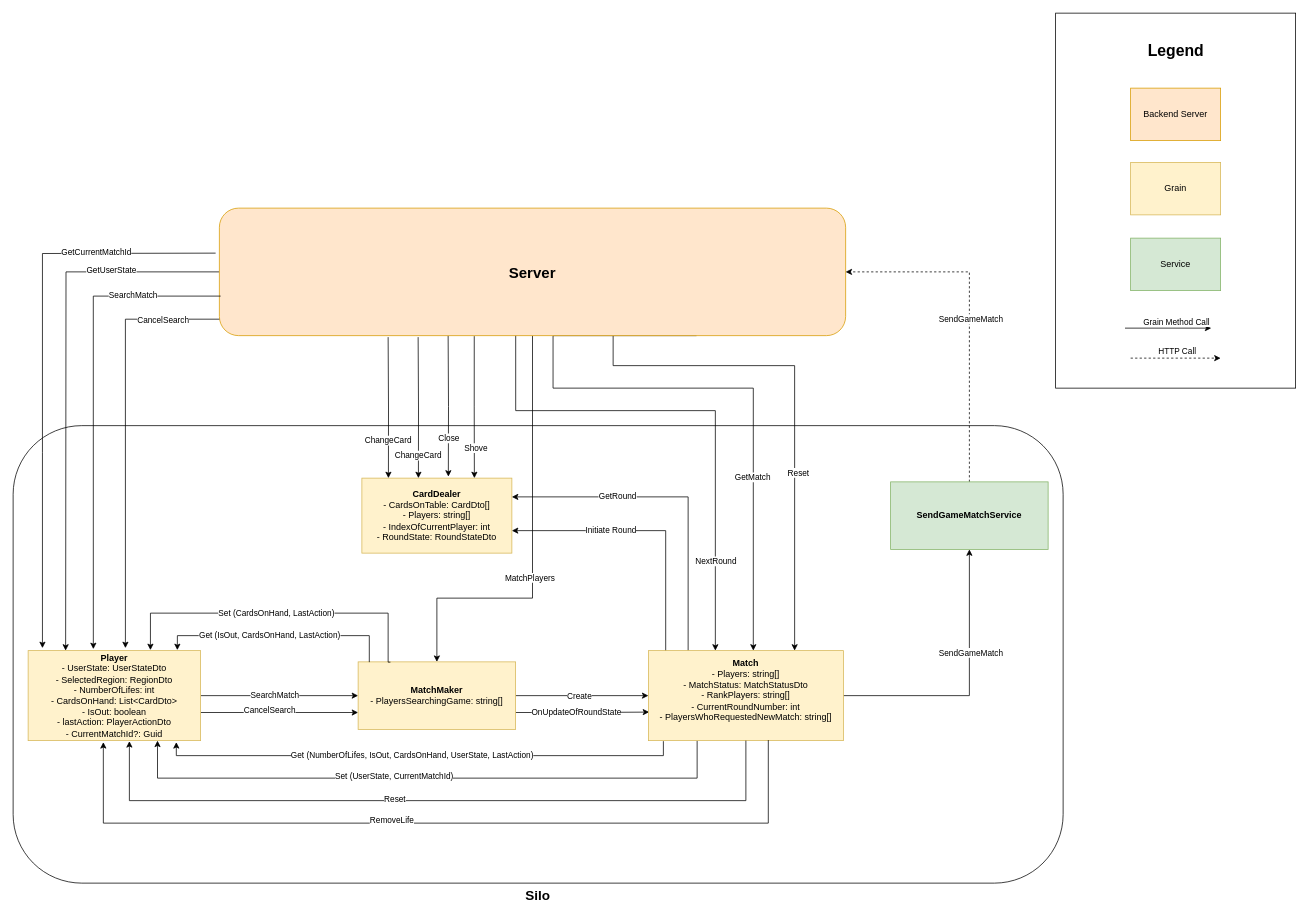
Earlier version of the draw.io diagram images/actor-architecture.drawio (fredicinho/schnauz). Source tidied: cells renumbered, new cells numbered last; positions are measured from the earlier drawing's top-left corner, leaving out a move shared by most shapes. Both pictures are drawn from the tidied source at 75%, with x=0, y=0 at pixel (13, 13).
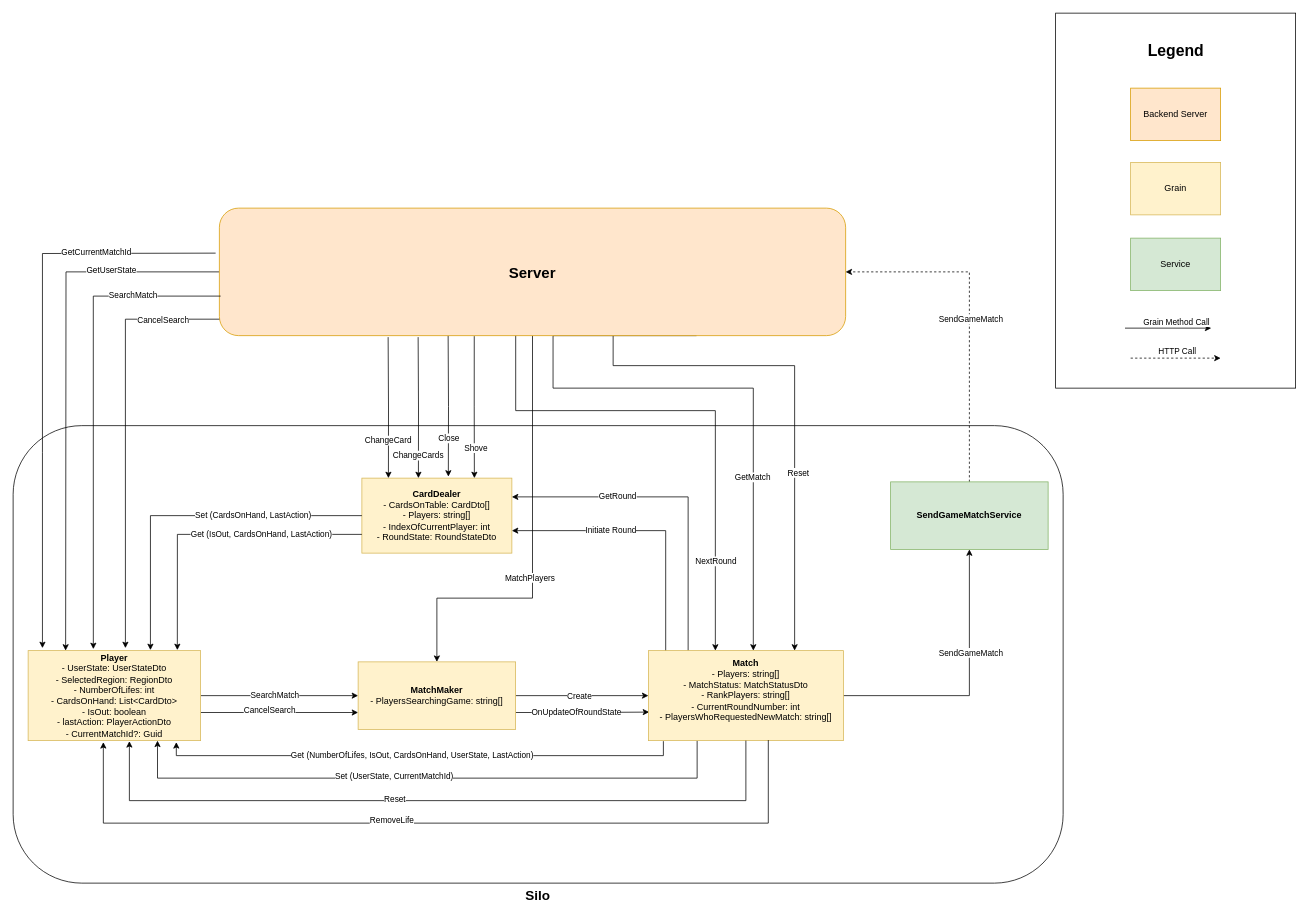
The same diagram, later.

Unchanged cells that the change refers to:
```xml
<mxCell id="8" value="&lt;b&gt;Player&lt;/b&gt;&lt;div&gt;- UserState: UserStateDto&lt;/div&gt;&lt;div&gt;- SelectedRegion: RegionDto&lt;/div&gt;&lt;div&gt;- NumberOfLifes: int&lt;/div&gt;&lt;div&gt;- CardsOnHand: List&amp;lt;CardDto&amp;gt;&lt;/div&gt;&lt;div&gt;- IsOut: boolean&lt;/div&gt;&lt;div&gt;- lastAction: PlayerActionDto&lt;/div&gt;&lt;div&gt;- CurrentMatchId?: Guid&lt;/div&gt;" style="rounded=0;whiteSpace=wrap;html=1;fillColor=#fff2cc;strokeColor=#d6b656;" parent="1" vertex="1">
  <mxGeometry x="20" y="850" width="230" height="120" as="geometry" />
</mxCell>
<mxCell id="9" value="&lt;b&gt;CardDealer&lt;/b&gt;&lt;div&gt;- CardsOnTable: CardDto[]&lt;/div&gt;&lt;div&gt;- Players: string[]&lt;/div&gt;&lt;div&gt;- IndexOfCurrentPlayer: int&lt;/div&gt;&lt;div&gt;- RoundState: RoundStateDto&lt;/div&gt;" style="rounded=0;whiteSpace=wrap;html=1;fillColor=#fff2cc;strokeColor=#d6b656;" parent="1" vertex="1">
  <mxGeometry x="465" y="620" width="200" height="100" as="geometry" />
</mxCell>
<mxCell id="14" value="&lt;b&gt;MatchMaker&lt;/b&gt;&lt;div&gt;- PlayersSearchingGame: string[]&lt;/div&gt;" style="rounded=0;whiteSpace=wrap;html=1;fillColor=#fff2cc;strokeColor=#d6b656;" parent="1" vertex="1">
  <mxGeometry x="460" y="865" width="210" height="90" as="geometry" />
</mxCell>
<mxCell id="34" style="edgeStyle=orthogonalEdgeStyle;rounded=0;orthogonalLoop=1;jettySize=auto;html=1;entryX=0.25;entryY=0;entryDx=0;entryDy=0;exitX=0.287;exitY=1.012;exitDx=0;exitDy=0;exitPerimeter=0;" parent="1" edge="1">
  <mxGeometry relative="1" as="geometry">
    <mxPoint x="540" y="432" as="sourcePoint" />
    <mxPoint x="540.4" y="620" as="targetPoint" />
  </mxGeometry>
</mxCell>
```

The edit, as a diff of the source:
```diff
@@
-    <mxCell id="35" value="ChangeCard" style="edgeLabel;html=1;align=center;verticalAlign=middle;" parent="34" vertex="1">
+    <mxCell id="35" value="ChangeCards" style="edgeLabel;html=1;align=center;verticalAlign=middle;" parent="34" vertex="1">
       <mxGeometry x="0.44" y="3" relative="1" as="geometry">
         <mxPoint x="-4" y="22" as="offset" />
       </mxGeometry>
     </mxCell>
@@
-    <mxCell id="58" style="edgeStyle=orthogonalEdgeStyle;rounded=0;jettySize=auto;html=1;entryX=0.865;entryY=-0.006;entryDx=0;entryDy=0;entryPerimeter=0;exitX=0.071;exitY=0.004;exitDx=0;exitDy=0;exitPerimeter=0;" parent="1" edge="1" source="14" target="8">
+    <mxCell id="58" style="edgeStyle=orthogonalEdgeStyle;rounded=0;jettySize=auto;html=1;entryX=0.865;entryY=-0.006;entryDx=0;entryDy=0;entryPerimeter=0;exitX=0;exitY=0.75;exitDx=0;exitDy=0;" parent="1" edge="1" source="9" target="8">
       <mxGeometry relative="1" as="geometry">
         <Array as="points">
-          <mxPoint x="475" y="830" />
-          <mxPoint x="219" y="830" />
+          <mxPoint x="219" y="695" />
         </Array>
       </mxGeometry>
     </mxCell>
     <mxCell id="59" value="Get (IsOut, CardsOnHand, LastAction)" style="edgeLabel;html=1;align=center;verticalAlign=middle;" parent="58" vertex="1">
       <mxGeometry x="0.08" y="-1" relative="1" as="geometry">
-        <mxPoint x="-1" as="offset" />
+        <mxPoint x="81" as="offset" />
       </mxGeometry>
     </mxCell>
-    <mxCell id="60" value="Set (CardsOnHand, LastAction)" style="edgeStyle=orthogonalEdgeStyle;rounded=0;jettySize=auto;html=1;entryX=0.709;entryY=-0.006;entryDx=0;entryDy=0;entryPerimeter=0;exitX=0.205;exitY=0.004;exitDx=0;exitDy=0;exitPerimeter=0;" parent="1" edge="1" source="14" target="8">
-      <mxGeometry relative="1" as="geometry">
+    <mxCell id="60" value="Set (CardsOnHand, LastAction)" style="edgeStyle=orthogonalEdgeStyle;rounded=0;jettySize=auto;html=1;entryX=0.709;entryY=-0.006;entryDx=0;entryDy=0;entryPerimeter=0;exitX=0;exitY=0.5;exitDx=0;exitDy=0;" parent="1" edge="1" source="9" target="8">
+      <mxGeometry x="-0.37" relative="1" as="geometry">
         <Array as="points">
-          <mxPoint x="500" y="865" />
-          <mxPoint x="500" y="800" />
-          <mxPoint x="183" y="800" />
+          <mxPoint x="183" y="670" />
         </Array>
       </mxGeometry>
     </mxCell>
```
